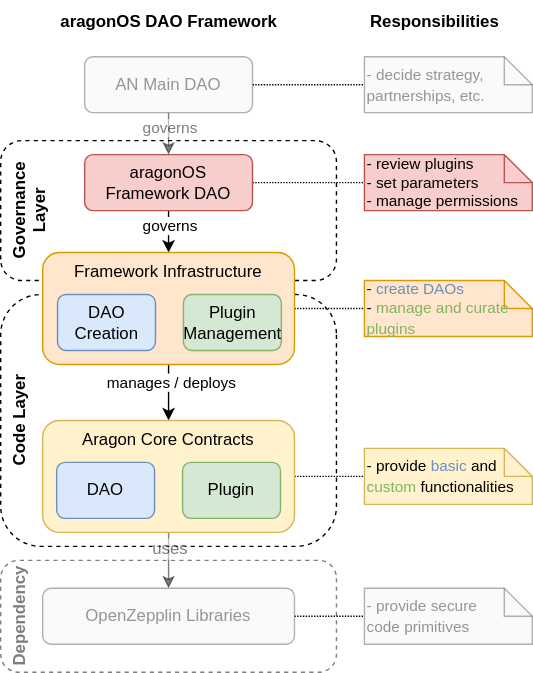
Above: docs/core/01-how-it-works/02-the-dao-framework/aragon-os-architecture-Overview.drawio.svg in aragon/developer-portal (draw.io), before the change. Source tidied: cells renumbered, new cells last; positions are measured from the earlier drawing's top-left corner, leaving out a move shared by most shapes. Source of this version:
```xml
<mxGraphModel>
  <root>
    <mxCell id="0" />
    <mxCell id="1" parent="0" />
    <mxCell id="2" value="Code Layer" style="rounded=1;whiteSpace=wrap;html=1;dashed=1;fillColor=none;verticalAlign=top;fontStyle=1;arcSize=16;direction=west;rotation=270;" parent="1" vertex="1">
      <mxGeometry y="180" width="180" height="240" as="geometry" />
    </mxCell>
    <mxCell id="3" value="&lt;span style=&quot;font-size: 11px;&quot;&gt;&lt;font style=&quot;font-size: 11px;&quot;&gt;&amp;nbsp;- decide strategy,&lt;br&gt;&amp;nbsp; &amp;nbsp;&lt;/font&gt;partnerships, etc.&lt;br&gt;&lt;/span&gt;" style="shape=note;size=20;whiteSpace=wrap;html=1;fontSize=12;fillColor=#f5f5f5;align=left;strokeColor=#666666;fontColor=#333333;textOpacity=50;opacity=50;" parent="1" vertex="1">
      <mxGeometry x="230" y="40" width="120" height="40" as="geometry" />
    </mxCell>
    <mxCell id="4" value="&lt;div style=&quot;font-size: 11px;&quot;&gt;&lt;span style=&quot;background-color: initial;&quot;&gt;&amp;nbsp;- review plugins&lt;/span&gt;&lt;br&gt;&lt;/div&gt;&lt;div style=&quot;font-size: 11px;&quot;&gt;&lt;span style=&quot;background-color: initial;&quot;&gt;&lt;font style=&quot;font-size: 11px;&quot;&gt;&amp;nbsp;- set parameters&lt;br&gt;&amp;nbsp;- manage permissions&lt;/font&gt;&lt;/span&gt;&lt;/div&gt;" style="shape=note;size=20;whiteSpace=wrap;html=1;fontSize=12;fillColor=#f8cecc;align=left;strokeColor=#b85450;" parent="1" vertex="1">
      <mxGeometry x="230" y="110" width="120" height="40" as="geometry" />
    </mxCell>
    <mxCell id="5" value="&lt;span style=&quot;font-size: 11px;&quot;&gt;&lt;font style=&quot;font-size: 11px;&quot;&gt;&amp;nbsp;- &lt;font style=&quot;&quot; color=&quot;#6c8ebf&quot;&gt;create DAOs&lt;/font&gt;&lt;br&gt;&amp;nbsp;- &lt;font color=&quot;#81b365&quot;&gt;manage and curate&lt;br&gt;&amp;nbsp; &amp;nbsp;plugins&lt;/font&gt;&lt;/font&gt;&lt;br&gt;&lt;/span&gt;" style="shape=note;size=20;whiteSpace=wrap;html=1;fontSize=12;fillColor=#ffe6cc;align=left;strokeColor=#d79b00;" parent="1" vertex="1">
      <mxGeometry x="230" y="200" width="120" height="40" as="geometry" />
    </mxCell>
    <mxCell id="6" style="edgeStyle=orthogonalEdgeStyle;rounded=0;jettySize=auto;html=1;fontSize=11;endArrow=none;endFill=0;dashed=1;dashPattern=1 1;textOpacity=50;" parent="1" edge="1" source="21" target="3">
      <mxGeometry relative="1" as="geometry" />
    </mxCell>
    <mxCell id="7" style="edgeStyle=orthogonalEdgeStyle;rounded=0;jettySize=auto;html=1;exitX=1;exitY=0.5;exitDx=0;exitDy=0;fontSize=11;endArrow=none;endFill=0;dashed=1;dashPattern=1 1;" parent="1" edge="1" source="18" target="4">
      <mxGeometry relative="1" as="geometry" />
    </mxCell>
    <mxCell id="8" style="edgeStyle=orthogonalEdgeStyle;rounded=0;jettySize=auto;html=1;exitX=1;exitY=0.5;exitDx=0;exitDy=0;fontSize=11;endArrow=none;endFill=0;dashed=1;dashPattern=1 1;" parent="1" edge="1" source="33" target="5">
      <mxGeometry relative="1" as="geometry" />
    </mxCell>
    <mxCell id="9" value="&lt;span style=&quot;font-size: 11px;&quot;&gt;&lt;font style=&quot;font-size: 11px;&quot;&gt;&amp;nbsp;- provide &lt;font style=&quot;&quot; color=&quot;#6c8ebf&quot;&gt;basic&lt;/font&gt; and&lt;br&gt;&amp;nbsp; &amp;nbsp;&lt;font style=&quot;&quot; color=&quot;#81b365&quot;&gt;custom&lt;/font&gt;&lt;font style=&quot;&quot; color=&quot;#97d077&quot;&gt;&amp;nbsp;&lt;/font&gt;functionalities&lt;/font&gt;&lt;br&gt;&lt;/span&gt;" style="shape=note;size=20;whiteSpace=wrap;html=1;fontSize=12;fillColor=#fff2cc;align=left;strokeColor=#d6b656;" parent="1" vertex="1">
      <mxGeometry x="230" y="320" width="120" height="40" as="geometry" />
    </mxCell>
    <mxCell id="10" style="edgeStyle=orthogonalEdgeStyle;rounded=0;jettySize=auto;html=1;dashed=1;dashPattern=1 1;fontSize=11;endArrow=none;endFill=0;" parent="1" edge="1" source="29" target="9">
      <mxGeometry relative="1" as="geometry" />
    </mxCell>
    <mxCell id="11" value="&lt;font color=&quot;#000000&quot; style=&quot;font-size: 12px;&quot;&gt;&lt;b style=&quot;font-size: 12px;&quot;&gt;Responsibilities&lt;/b&gt;&lt;/font&gt;" style="text;html=1;align=center;verticalAlign=middle;strokeColor=none;fillColor=none;fontSize=12;fontColor=#7EA6E0;" parent="1" vertex="1">
      <mxGeometry x="220" width="120" height="30" as="geometry" />
    </mxCell>
    <mxCell id="12" value="&lt;span style=&quot;font-size: 11px;&quot;&gt;&lt;font style=&quot;font-size: 11px;&quot;&gt;&amp;nbsp;- provide secure &lt;br&gt;&amp;nbsp; &amp;nbsp;code primitives&lt;/font&gt;&lt;br&gt;&lt;/span&gt;" style="shape=note;size=20;whiteSpace=wrap;html=1;fontSize=12;fillColor=#f5f5f5;align=left;strokeColor=#666666;fontColor=#333333;opacity=50;textOpacity=50;" parent="1" vertex="1">
      <mxGeometry x="230" y="420" width="120" height="40" as="geometry" />
    </mxCell>
    <mxCell id="13" style="edgeStyle=orthogonalEdgeStyle;rounded=0;jettySize=auto;html=1;dashed=1;dashPattern=1 1;fontSize=11;fontColor=#000000;endArrow=none;endFill=0;textOpacity=50;" parent="1" edge="1" source="25" target="12">
      <mxGeometry relative="1" as="geometry" />
    </mxCell>
    <mxCell id="14" value="&lt;font color=&quot;#000000&quot; style=&quot;font-size: 12px;&quot;&gt;&lt;span style=&quot;font-size: 12px;&quot;&gt;&lt;b&gt;aragonOS&lt;/b&gt;&lt;/span&gt;&lt;b style=&quot;font-size: 12px;&quot;&gt; DAO Framework&lt;br style=&quot;font-size: 12px;&quot;&gt;&lt;/b&gt;&lt;/font&gt;" style="text;html=1;align=center;verticalAlign=middle;strokeColor=none;fillColor=none;fontSize=12;fontColor=#7EA6E0;rounded=0;" parent="1" vertex="1">
      <mxGeometry width="180" height="30" as="geometry" />
    </mxCell>
    <mxCell id="15" value="Governance Layer" style="rounded=1;whiteSpace=wrap;html=1;dashed=1;fillColor=none;verticalAlign=top;fontStyle=1;rotation=270;" parent="1" vertex="1">
      <mxGeometry x="40" y="30" width="100" height="240" as="geometry" />
    </mxCell>
    <mxCell id="16" style="edgeStyle=orthogonalEdgeStyle;rounded=0;jettySize=auto;html=1;" parent="1" edge="1" source="18" target="33">
      <mxGeometry relative="1" as="geometry" />
    </mxCell>
    <mxCell id="17" value="governs" style="edgeLabel;html=1;align=center;verticalAlign=middle;" parent="16" vertex="1">
      <mxGeometry x="-0.32" relative="1" as="geometry">
        <mxPoint y="-7" as="offset" />
      </mxGeometry>
    </mxCell>
    <mxCell id="18" value="aragonOS Framework DAO" style="rounded=1;whiteSpace=wrap;html=1;verticalAlign=middle;fontStyle=0;fillColor=#f8cecc;strokeColor=#b85450;" parent="1" vertex="1">
      <mxGeometry x="30" y="110" width="120" height="40" as="geometry" />
    </mxCell>
    <mxCell id="19" style="edgeStyle=orthogonalEdgeStyle;rounded=0;jettySize=auto;html=1;textOpacity=50;opacity=50;" parent="1" edge="1" source="21" target="18">
      <mxGeometry relative="1" as="geometry" />
    </mxCell>
    <mxCell id="20" value="governs" style="edgeLabel;html=1;align=center;verticalAlign=middle;textOpacity=50;" parent="19" vertex="1">
      <mxGeometry x="-0.69" relative="1" as="geometry">
        <mxPoint y="2" as="offset" />
      </mxGeometry>
    </mxCell>
    <mxCell id="21" value="AN Main DAO" style="rounded=1;whiteSpace=wrap;html=1;verticalAlign=middle;fontStyle=0;fillColor=#f5f5f5;strokeColor=#666666;fontColor=#333333;opacity=50;textOpacity=50;" parent="1" vertex="1">
      <mxGeometry x="30" y="40" width="120" height="40" as="geometry" />
    </mxCell>
    <mxCell id="22" value="Dependency" style="rounded=1;whiteSpace=wrap;html=1;dashed=1;fillColor=none;verticalAlign=top;fontStyle=1;arcSize=16;direction=west;rotation=270;textOpacity=50;opacity=50;" parent="1" vertex="1">
      <mxGeometry x="50" y="320" width="80" height="240" as="geometry" />
    </mxCell>
    <mxCell id="23" style="edgeStyle=orthogonalEdgeStyle;rounded=0;jettySize=auto;html=1;" parent="1" edge="1" source="33" target="29">
      <mxGeometry relative="1" as="geometry" />
    </mxCell>
    <mxCell id="24" value="manages / deploys" style="edgeLabel;html=1;align=center;verticalAlign=middle;" parent="23" vertex="1">
      <mxGeometry x="-0.55" relative="1" as="geometry">
        <mxPoint x="1" y="3" as="offset" />
      </mxGeometry>
    </mxCell>
    <mxCell id="25" value="OpenZepplin Libraries" style="rounded=1;whiteSpace=wrap;html=1;verticalAlign=middle;fontStyle=0;fillColor=#f5f5f5;strokeColor=#666666;fontColor=#333333;textOpacity=50;opacity=50;" parent="1" vertex="1">
      <mxGeometry y="420" width="180" height="40" as="geometry" />
    </mxCell>
    <mxCell id="26" style="rounded=0;jettySize=auto;html=1;fontSize=12;fontColor=#000000;endArrow=classic;endFill=1;opacity=50;" parent="1" edge="1" source="29" target="25">
      <mxGeometry relative="1" as="geometry" />
    </mxCell>
    <mxCell id="27" value="uses" style="edgeLabel;html=1;align=center;verticalAlign=middle;fontSize=12;fontColor=#000000;textOpacity=50;" parent="26" vertex="1">
      <mxGeometry x="-0.47" y="2" relative="1" as="geometry">
        <mxPoint x="-2" as="offset" />
      </mxGeometry>
    </mxCell>
    <mxCell id="28" style="group;" parent="1" vertex="1">
      <mxGeometry y="300" width="180" height="80" as="geometry" />
    </mxCell>
    <mxCell id="29" value="Aragon Core Contracts" style="rounded=1;whiteSpace=wrap;html=1;verticalAlign=top;fontStyle=0;fillColor=#fff2cc;strokeColor=#d6b656;" parent="28" vertex="1">
      <mxGeometry width="180" height="80" as="geometry" />
    </mxCell>
    <mxCell id="30" value="DAO" style="rounded=1;whiteSpace=wrap;html=1;verticalAlign=middle;fontStyle=0;fillColor=#dae8fc;strokeColor=#6c8ebf;" parent="28" vertex="1">
      <mxGeometry x="10" y="30" width="70" height="40" as="geometry" />
    </mxCell>
    <mxCell id="31" value="Plugin" style="rounded=1;whiteSpace=wrap;html=1;verticalAlign=middle;fontStyle=0;fillColor=#d5e8d4;strokeColor=#82b366;" parent="28" vertex="1">
      <mxGeometry x="100" y="30" width="70" height="40" as="geometry" />
    </mxCell>
    <mxCell id="32" style="group;" parent="1" vertex="1">
      <mxGeometry y="180" width="180" height="80" as="geometry" />
    </mxCell>
    <mxCell id="33" value="Framework Infrastructure" style="rounded=1;whiteSpace=wrap;html=1;verticalAlign=top;fontStyle=0;fillColor=#ffe6cc;strokeColor=#d79b00;" parent="32" vertex="1">
      <mxGeometry width="180" height="80" as="geometry" />
    </mxCell>
    <mxCell id="34" value="DAO Creation" style="rounded=1;whiteSpace=wrap;html=1;verticalAlign=middle;fontStyle=0;fillColor=#dae8fc;strokeColor=#6c8ebf;" parent="32" vertex="1">
      <mxGeometry x="10.6" y="30" width="70" height="40" as="geometry" />
    </mxCell>
    <mxCell id="35" value="Plugin&lt;br&gt;Management" style="rounded=1;whiteSpace=wrap;html=1;verticalAlign=middle;fontStyle=0;fillColor=#d5e8d4;strokeColor=#82b366;" parent="32" vertex="1">
      <mxGeometry x="100.6" y="30" width="70" height="40" as="geometry" />
    </mxCell>
  </root>
</mxGraphModel>
```
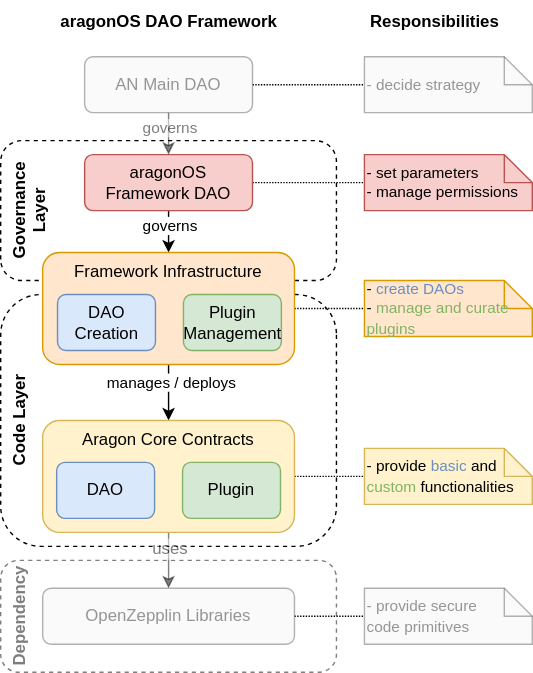
The same file after the commit.

The edit, as a diff of the source:
```diff
@@ -5,10 +5,10 @@
     <mxCell id="2" value="Code Layer" style="rounded=1;whiteSpace=wrap;html=1;dashed=1;fillColor=none;verticalAlign=top;fontStyle=1;arcSize=16;direction=west;rotation=270;" parent="1" vertex="1">
       <mxGeometry y="180" width="180" height="240" as="geometry" />
     </mxCell>
-    <mxCell id="3" value="&lt;span style=&quot;font-size: 11px;&quot;&gt;&lt;font style=&quot;font-size: 11px;&quot;&gt;&amp;nbsp;- decide strategy,&lt;br&gt;&amp;nbsp; &amp;nbsp;&lt;/font&gt;partnerships, etc.&lt;br&gt;&lt;/span&gt;" style="shape=note;size=20;whiteSpace=wrap;html=1;fontSize=12;fillColor=#f5f5f5;align=left;strokeColor=#666666;fontColor=#333333;textOpacity=50;opacity=50;" parent="1" vertex="1">
+    <mxCell id="3" value="&lt;span style=&quot;font-size: 11px&quot;&gt;&lt;font style=&quot;font-size: 11px&quot;&gt;&amp;nbsp;- decide strategy&lt;/font&gt;&lt;br&gt;&lt;/span&gt;" style="shape=note;size=20;whiteSpace=wrap;html=1;fontSize=12;fillColor=#f5f5f5;align=left;strokeColor=#666666;fontColor=#333333;textOpacity=50;opacity=50;" parent="1" vertex="1">
       <mxGeometry x="230" y="40" width="120" height="40" as="geometry" />
     </mxCell>
-    <mxCell id="4" value="&lt;div style=&quot;font-size: 11px;&quot;&gt;&lt;span style=&quot;background-color: initial;&quot;&gt;&amp;nbsp;- review plugins&lt;/span&gt;&lt;br&gt;&lt;/div&gt;&lt;div style=&quot;font-size: 11px;&quot;&gt;&lt;span style=&quot;background-color: initial;&quot;&gt;&lt;font style=&quot;font-size: 11px;&quot;&gt;&amp;nbsp;- set parameters&lt;br&gt;&amp;nbsp;- manage permissions&lt;/font&gt;&lt;/span&gt;&lt;/div&gt;" style="shape=note;size=20;whiteSpace=wrap;html=1;fontSize=12;fillColor=#f8cecc;align=left;strokeColor=#b85450;" parent="1" vertex="1">
+    <mxCell id="4" value="&lt;div style=&quot;font-size: 11px&quot;&gt;&lt;span&gt;&amp;nbsp;- set parameters&lt;/span&gt;&lt;br&gt;&lt;/div&gt;&lt;div style=&quot;font-size: 11px&quot;&gt;&lt;span&gt;&lt;font style=&quot;font-size: 11px&quot;&gt;&amp;nbsp;- manage permissions&lt;/font&gt;&lt;/span&gt;&lt;/div&gt;" style="shape=note;size=20;whiteSpace=wrap;html=1;fontSize=12;fillColor=#f8cecc;align=left;strokeColor=#b85450;" parent="1" vertex="1">
       <mxGeometry x="230" y="110" width="120" height="40" as="geometry" />
     </mxCell>
     <mxCell id="5" value="&lt;span style=&quot;font-size: 11px;&quot;&gt;&lt;font style=&quot;font-size: 11px;&quot;&gt;&amp;nbsp;- &lt;font style=&quot;&quot; color=&quot;#6c8ebf&quot;&gt;create DAOs&lt;/font&gt;&lt;br&gt;&amp;nbsp;- &lt;font color=&quot;#81b365&quot;&gt;manage and curate&lt;br&gt;&amp;nbsp; &amp;nbsp;plugins&lt;/font&gt;&lt;/font&gt;&lt;br&gt;&lt;/span&gt;" style="shape=note;size=20;whiteSpace=wrap;html=1;fontSize=12;fillColor=#ffe6cc;align=left;strokeColor=#d79b00;" parent="1" vertex="1">
```
